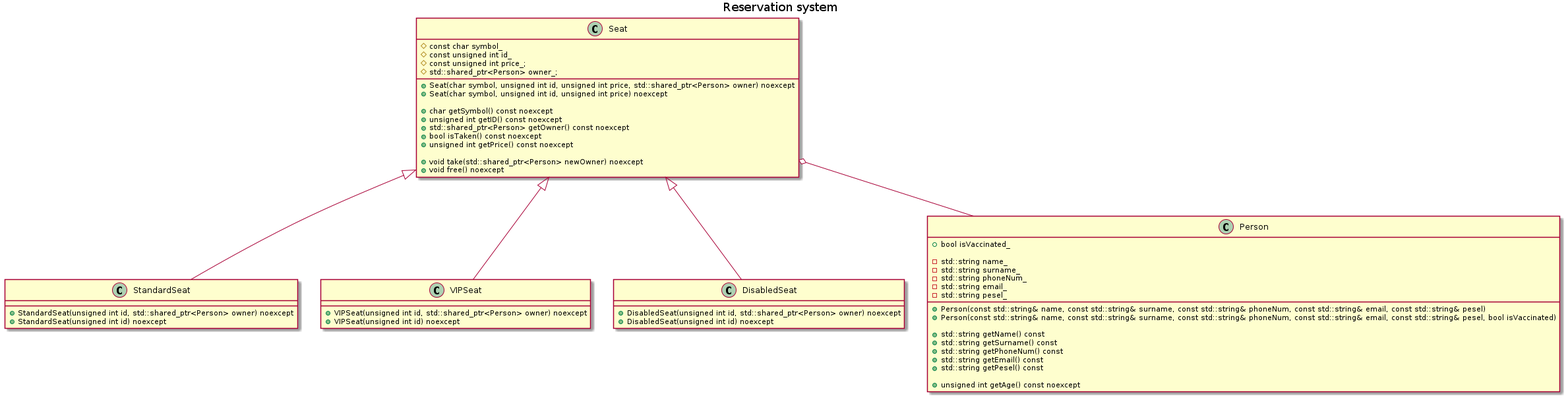
Earlier version of the PlantUML export out/reservation-system/Reservation system.png (anraf1001/reservation-system).
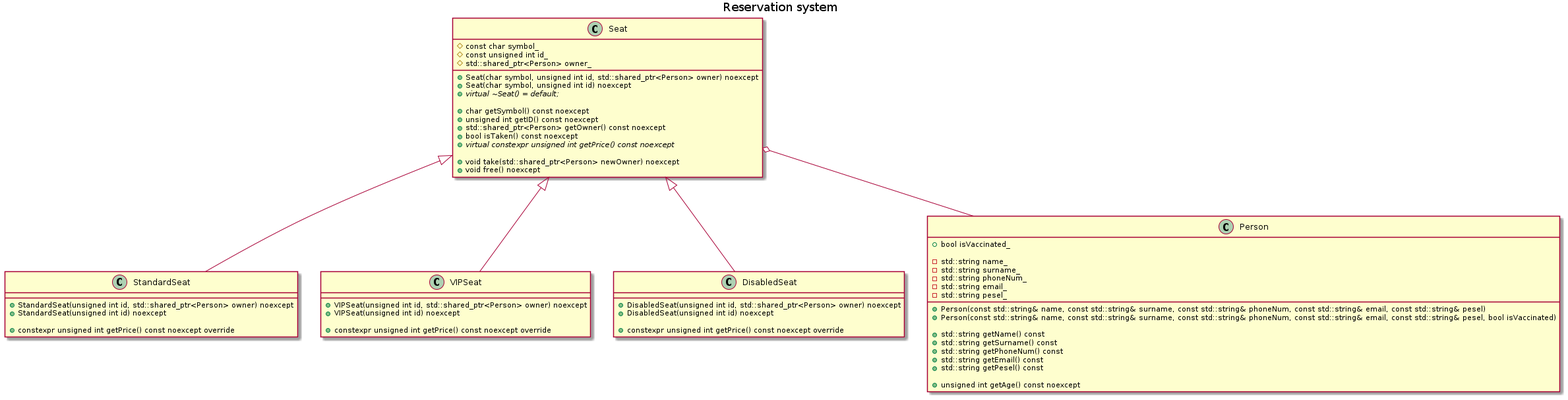
After the commit.

Diff of the diagram source:
```diff
@@ -5,37 +5,43 @@
 end title
 
 class Seat {
-    +Seat(char symbol, unsigned int id, unsigned int price, std::shared_ptr<Person> owner) noexcept
-    +Seat(char symbol, unsigned int id, unsigned int price) noexcept
+    +Seat(char symbol, unsigned int id, std::shared_ptr<Person> owner) noexcept
+    +Seat(char symbol, unsigned int id) noexcept
+    +{abstract}virtual ~Seat() = default;
 
     +char getSymbol() const noexcept
     +unsigned int getID() const noexcept
     +std::shared_ptr<Person> getOwner() const noexcept
     +bool isTaken() const noexcept
-    +unsigned int getPrice() const noexcept
+    +{abstract}virtual constexpr unsigned int getPrice() const noexcept
 
     +void take(std::shared_ptr<Person> newOwner) noexcept
     +void free() noexcept
 
     #const char symbol_
     #const unsigned int id_
-    #const unsigned int price_;
-    #std::shared_ptr<Person> owner_;
+    #std::shared_ptr<Person> owner_
 }
 
 class StandardSeat {
     +StandardSeat(unsigned int id, std::shared_ptr<Person> owner) noexcept
     +StandardSeat(unsigned int id) noexcept
+
+    +constexpr unsigned int getPrice() const noexcept override
 }
 
 class VIPSeat {
     +VIPSeat(unsigned int id, std::shared_ptr<Person> owner) noexcept
     +VIPSeat(unsigned int id) noexcept
+
+    +constexpr unsigned int getPrice() const noexcept override
 }
 
 class DisabledSeat {
     +DisabledSeat(unsigned int id, std::shared_ptr<Person> owner) noexcept
     +DisabledSeat(unsigned int id) noexcept
+
+    +constexpr unsigned int getPrice() const noexcept override
 }
 
 class Person {
```
